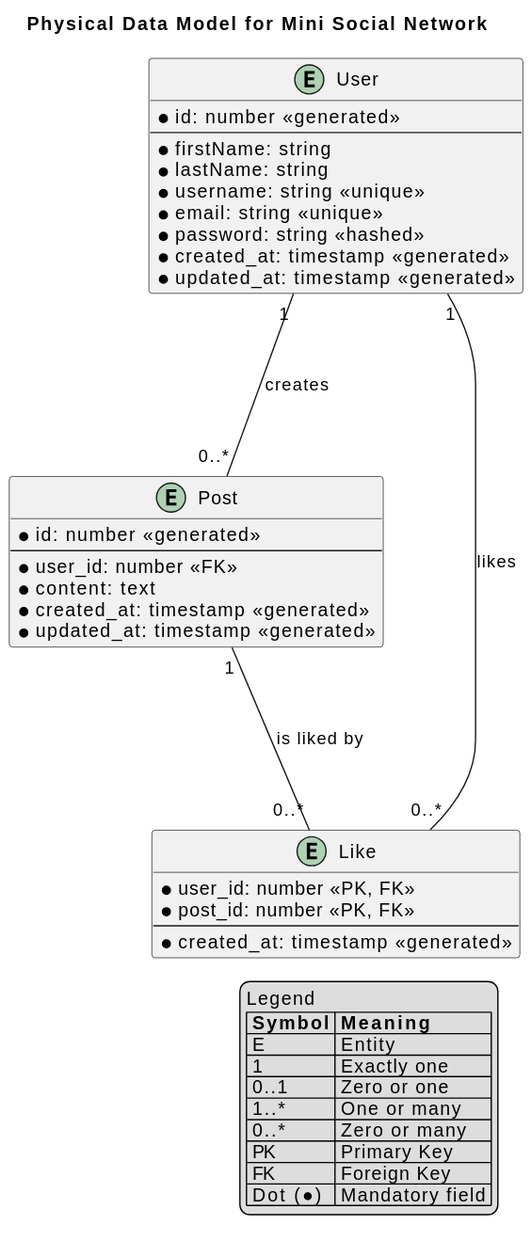
heig-vd-devprodmed-course/heig-vd-devprodmed-course keeps this PlantUML diagram as 01-contenus-du-cours/03-bases-de-donnees-eloquent-et-modeles/02-mini-projet/images/physical-data-model.svg. Above is the earlier version.
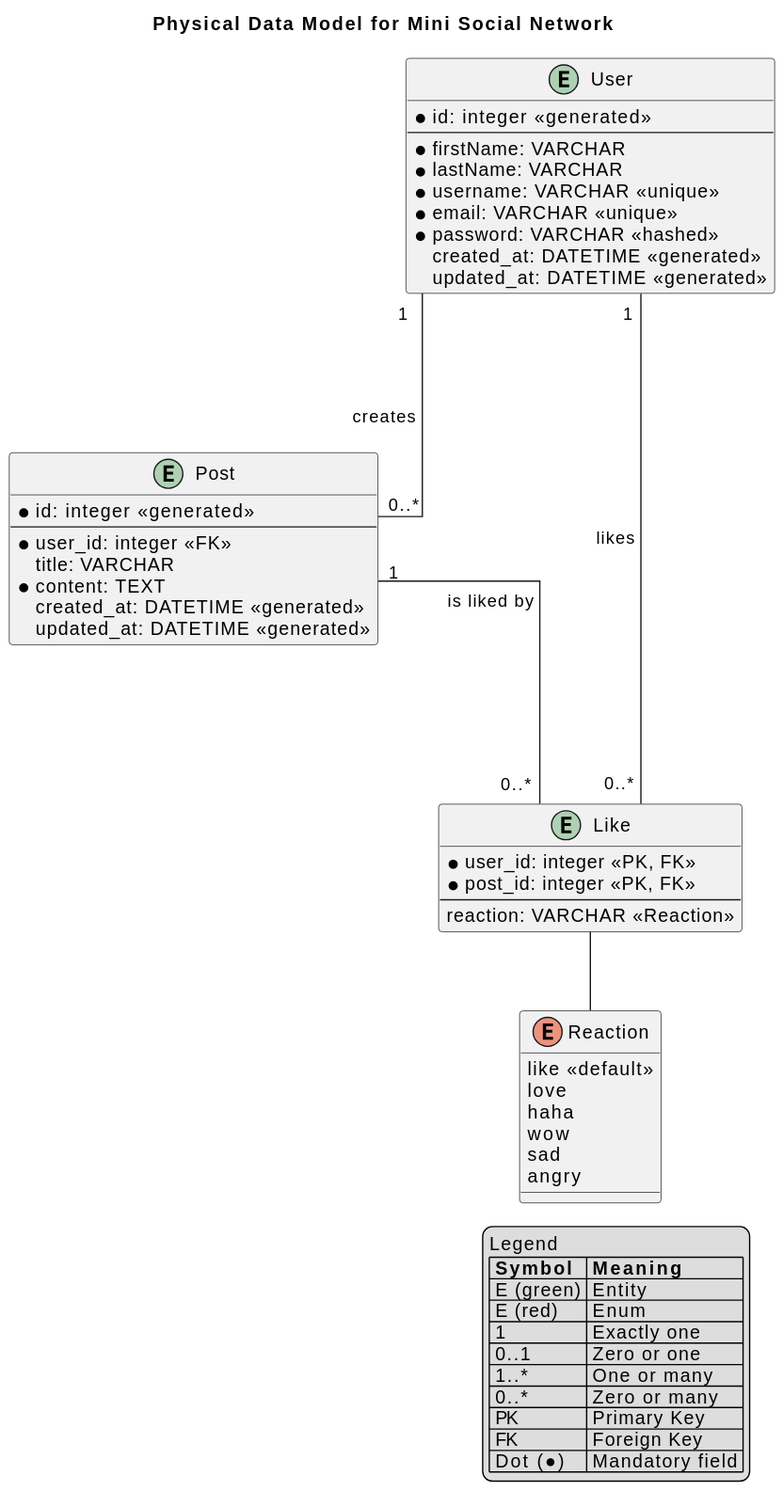
Above is the later version.

Change to the diagram source:
```diff
@@ -1,42 +1,58 @@
 @startuml
+
+skinparam linetype ortho
+skinparam nodesep 300
+
 title Physical Data Model for Mini Social Network
 
 entity User {
-  * id: number <<generated>>
+  * id: integer <<generated>>
   --
-  * firstName: string
-  * lastName: string
-  * username: string <<unique>>
-  * email: string <<unique>>
-  * password: string <<hashed>>
-  * created_at: timestamp <<generated>>
-  * updated_at: timestamp <<generated>>
+  * firstName: VARCHAR
+  * lastName: VARCHAR
+  * username: VARCHAR <<unique>>
+  * email: VARCHAR <<unique>>
+  * password: VARCHAR <<hashed>>
+  created_at: DATETIME <<generated>>
+  updated_at: DATETIME <<generated>>
 }
 
 entity Post {
-  * id: number <<generated>>
+  * id: integer <<generated>>
   --
-  * user_id: number <<FK>>
-  * content: text
-  * created_at: timestamp <<generated>>
-  * updated_at: timestamp <<generated>>
+  * user_id: integer <<FK>>
+  title: VARCHAR
+  * content: TEXT
+  created_at: DATETIME <<generated>>
+  updated_at: DATETIME <<generated>>
 }
 
 entity Like {
-  * user_id: number <<PK, FK>>
-  * post_id: number <<PK, FK>>
+  * user_id: integer <<PK, FK>>
+  * post_id: integer <<PK, FK>>
   --
-  * created_at: timestamp <<generated>>
+  reaction: VARCHAR <<Reaction>>
+}
+
+enum Reaction {
+  like <<default>>
+  love
+  haha
+  wow
+  sad
+  angry
 }
 
 User "1" --- "0..*" Post : creates
-User "1" --- "0..*" Like : likes
+User "1  " --- "0..*  " Like : likes
 Post "1" --- "0..*" Like : is liked by
+Like -- Reaction
 
 legend right
 Legend
 | **Symbol** | **Meaning** |
-| E | Entity |
+| E (green) | Entity |
+| E (red) | Enum |
 | 1 | Exactly one |
 | 0..1 | Zero or one |
 | 1..* | One or many |
```
